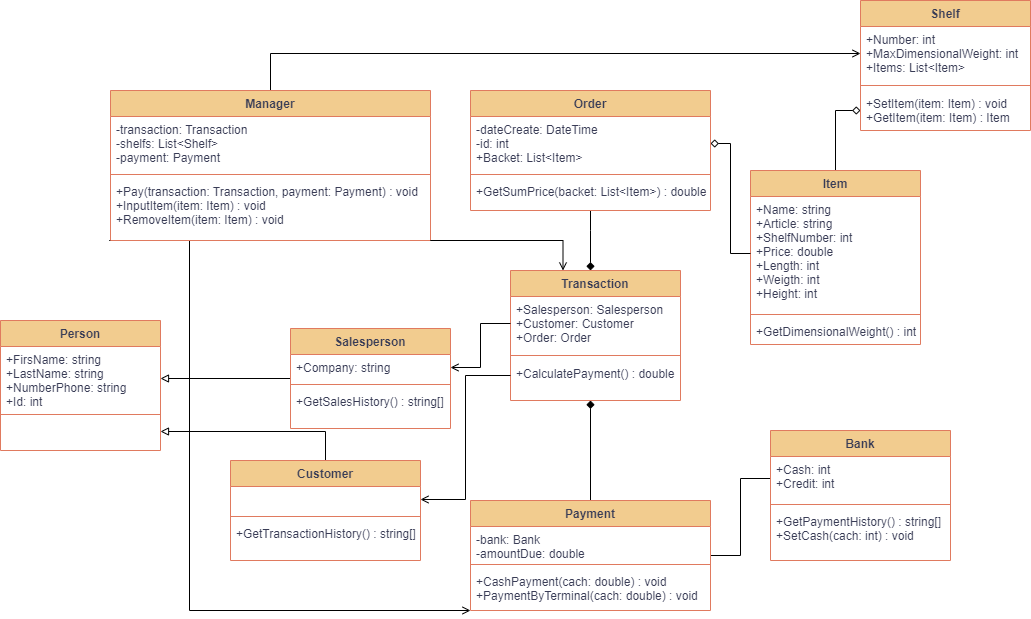
This is UML/Warehous.png from NoaNine/Foxminded_Task7_1, a draw.io export, as it was before one commit. Source tidied: cells renumbered, new cells last; positions are measured from the earlier drawing's top-left corner, leaving out a move shared by most shapes.
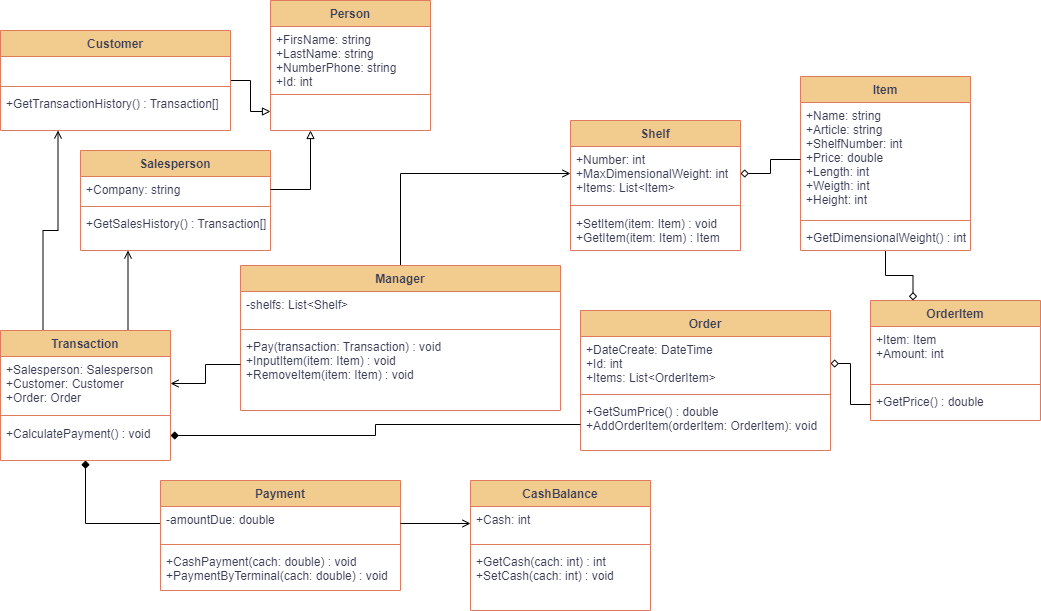
After the change.

Diff of the diagram source:
```diff
@@ -8,18 +8,18 @@
     <mxCell id="3" value="Customer" style="swimlane;fontStyle=1;align=center;verticalAlign=top;horizontal=1;startSize=26;rounded=0;shadow=0;strokeWidth=1;labelBackgroundColor=none;fillColor=#F2CC8F;strokeColor=#E07A5F;fontColor=#393C56;" parent="1" vertex="1">
-      <mxGeometry x="230" y="460" width="190" height="100" as="geometry" />
+      <mxGeometry x="200" y="-780" width="230" height="100" as="geometry" />
     </mxCell>
     <mxCell id="4" value=" " style="text;align=left;verticalAlign=top;spacingLeft=4;spacingRight=4;overflow=hidden;points=[[0,0.5],[1,0.5]];portConstraint=eastwest;labelBackgroundColor=none;fontColor=#393C56;" parent="3" vertex="1">
-      <mxGeometry y="26" width="190" height="26" as="geometry" />
+      <mxGeometry y="26" width="230" height="26" as="geometry" />
     </mxCell>
     <mxCell id="5" style="line;html=1;strokeWidth=1;align=left;verticalAlign=middle;spacingTop=-1;spacingLeft=3;spacingRight=3;labelPosition=right;labelBackgroundColor=none;fillColor=#F2CC8F;strokeColor=#E07A5F;fontColor=#393C56;" parent="3" vertex="1">
-      <mxGeometry y="52" width="190" height="8" as="geometry" />
+      <mxGeometry y="52" width="230" height="8" as="geometry" />
     </mxCell>
-    <mxCell id="6" value="+GetTransactionHistory() : string[]" style="text;align=left;verticalAlign=top;spacingLeft=4;spacingRight=4;overflow=hidden;fontStyle=0;labelBackgroundColor=none;fontColor=#393C56;" parent="3" vertex="1">
-      <mxGeometry y="60" width="190" height="26" as="geometry" />
+    <mxCell id="6" value="+GetTransactionHistory() : Transaction[]" style="text;align=left;verticalAlign=top;spacingLeft=4;spacingRight=4;overflow=hidden;fontStyle=0;labelBackgroundColor=none;fontColor=#393C56;" parent="3" vertex="1">
+      <mxGeometry y="60" width="230" height="26" as="geometry" />
     </mxCell>
-    <mxCell id="7" style="edgeStyle=orthogonalEdgeStyle;rounded=0;jettySize=auto;html=1;endArrow=diamond;endFill=0;" parent="1" edge="1" source="8" target="29">
-      <mxGeometry relative="1" as="geometry" />
-    </mxCell>
+    <mxCell id="54" style="edgeStyle=orthogonalEdgeStyle;rounded=0;jettySize=auto;html=1;entryX=0.25;entryY=0;entryDx=0;entryDy=0;endArrow=diamond;endFill=0;" parent="1" edge="1" source="8" target="58">
+      <mxGeometry relative="1" as="geometry" />
+    </mxCell>
     <mxCell id="8" value="Item" style="swimlane;fontStyle=1;align=center;verticalAlign=top;horizontal=1;startSize=26;rounded=0;shadow=0;strokeWidth=1;labelBackgroundColor=none;fillColor=#F2CC8F;strokeColor=#E07A5F;fontColor=#393C56;" parent="1" vertex="1">
-      <mxGeometry x="750" y="170" width="170" height="174" as="geometry" />
+      <mxGeometry x="1000" y="-734" width="170" height="174" as="geometry" />
     </mxCell>
@@ -34,19 +34,19 @@
     </mxCell>
-    <mxCell id="12" style="edgeStyle=orthogonalEdgeStyle;rounded=0;jettySize=auto;html=1;endArrow=block;endFill=0;" parent="1" edge="1" source="13" target="18">
-      <mxGeometry relative="1" as="geometry" />
-    </mxCell>
+    <mxCell id="55" style="edgeStyle=orthogonalEdgeStyle;rounded=0;jettySize=auto;html=1;exitX=0.25;exitY=1;exitDx=0;exitDy=0;entryX=0.75;entryY=0;entryDx=0;entryDy=0;endArrow=none;endFill=0;startArrow=open;startFill=0;" parent="1" edge="1" source="13" target="22">
+      <mxGeometry relative="1" as="geometry" />
+    </mxCell>
     <mxCell id="13" value="Salesperson" style="swimlane;fontStyle=1;align=center;verticalAlign=top;horizontal=1;startSize=26;rounded=0;shadow=0;strokeWidth=1;labelBackgroundColor=none;fillColor=#F2CC8F;strokeColor=#E07A5F;fontColor=#393C56;" parent="1" vertex="1">
-      <mxGeometry x="290" y="328" width="160" height="100" as="geometry" />
+      <mxGeometry x="280" y="-660" width="190" height="100" as="geometry" />
     </mxCell>
     <mxCell id="14" value="+Company: string" style="text;align=left;verticalAlign=top;spacingLeft=4;spacingRight=4;overflow=hidden;points=[[0,0.5],[1,0.5]];portConstraint=eastwest;labelBackgroundColor=none;fontColor=#393C56;" parent="13" vertex="1">
-      <mxGeometry y="26" width="160" height="26" as="geometry" />
+      <mxGeometry y="26" width="190" height="26" as="geometry" />
     </mxCell>
     <mxCell id="15" style="line;html=1;strokeWidth=1;align=left;verticalAlign=middle;spacingTop=-1;spacingLeft=3;spacingRight=3;labelPosition=right;labelBackgroundColor=none;fillColor=#F2CC8F;strokeColor=#E07A5F;fontColor=#393C56;" parent="13" vertex="1">
-      <mxGeometry y="52" width="160" height="8" as="geometry" />
+      <mxGeometry y="52" width="190" height="8" as="geometry" />
     </mxCell>
-    <mxCell id="16" value="+GetSalesHistory() : string[]" style="text;align=left;verticalAlign=top;spacingLeft=4;spacingRight=4;overflow=hidden;fontStyle=0;labelBackgroundColor=none;fontColor=#393C56;" parent="13" vertex="1">
-      <mxGeometry y="60" width="160" height="26" as="geometry" />
+    <mxCell id="16" value="+GetSalesHistory() : Transaction[]" style="text;align=left;verticalAlign=top;spacingLeft=4;spacingRight=4;overflow=hidden;fontStyle=0;labelBackgroundColor=none;fontColor=#393C56;" parent="13" vertex="1">
+      <mxGeometry y="60" width="190" height="26" as="geometry" />
     </mxCell>
     <mxCell id="17" value="Person" style="swimlane;fontStyle=1;align=center;verticalAlign=top;horizontal=1;startSize=26;rounded=0;shadow=0;strokeWidth=1;labelBackgroundColor=none;fillColor=#F2CC8F;strokeColor=#E07A5F;fontColor=#393C56;" parent="1" vertex="1">
-      <mxGeometry y="320" width="160" height="130" as="geometry" />
+      <mxGeometry x="470" y="-810" width="160" height="130" as="geometry" />
     </mxCell>
@@ -61,12 +61,10 @@
     </mxCell>
-    <mxCell id="21" style="edgeStyle=orthogonalEdgeStyle;rounded=0;jettySize=auto;html=1;endArrow=none;endFill=0;startArrow=diamond;startFill=1;" parent="1" edge="1" source="22" target="44">
-      <mxGeometry relative="1" as="geometry">
-        <Array as="points">
-          <mxPoint x="590" y="230" />
-          <mxPoint x="590" y="230" />
-        </Array>
-      </mxGeometry>
-    </mxCell>
+    <mxCell id="56" style="edgeStyle=orthogonalEdgeStyle;rounded=0;jettySize=auto;html=1;exitX=0.5;exitY=1;exitDx=0;exitDy=0;entryX=0;entryY=0.5;entryDx=0;entryDy=0;endArrow=none;endFill=0;startArrow=diamond;startFill=1;" parent="1" edge="1" source="22" target="34">
+      <mxGeometry relative="1" as="geometry" />
+    </mxCell>
+    <mxCell id="57" style="edgeStyle=orthogonalEdgeStyle;rounded=0;jettySize=auto;html=1;exitX=0.25;exitY=0;exitDx=0;exitDy=0;entryX=0.25;entryY=1;entryDx=0;entryDy=0;endArrow=open;endFill=0;" parent="1" edge="1" source="22" target="3">
+      <mxGeometry relative="1" as="geometry" />
+    </mxCell>
     <mxCell id="22" value="Transaction" style="swimlane;fontStyle=1;align=center;verticalAlign=top;horizontal=1;startSize=26;rounded=0;shadow=0;strokeWidth=1;labelBackgroundColor=none;fillColor=#F2CC8F;strokeColor=#E07A5F;fontColor=#393C56;" parent="1" vertex="1">
-      <mxGeometry x="510" y="270" width="170" height="130" as="geometry" />
+      <mxGeometry x="200" y="-480" width="170" height="130" as="geometry" />
     </mxCell>
@@ -78,3 +76,3 @@
     </mxCell>
-    <mxCell id="25" value="+CalculatePayment() : double" style="text;align=left;verticalAlign=top;spacingLeft=4;spacingRight=4;overflow=hidden;points=[[0,0.5],[1,0.5]];portConstraint=eastwest;labelBackgroundColor=none;fontColor=#393C56;" parent="22" vertex="1">
+    <mxCell id="25" value="+CalculatePayment() : void" style="text;align=left;verticalAlign=top;spacingLeft=4;spacingRight=4;overflow=hidden;points=[[0,0.5],[1,0.5]];portConstraint=eastwest;labelBackgroundColor=none;fontColor=#393C56;" parent="22" vertex="1">
       <mxGeometry y="90" width="170" height="30" as="geometry" />
@@ -82,3 +80,3 @@
     <mxCell id="26" value="Shelf" style="swimlane;fontStyle=1;align=center;verticalAlign=top;horizontal=1;startSize=26;rounded=0;shadow=0;strokeWidth=1;labelBackgroundColor=none;fillColor=#F2CC8F;strokeColor=#E07A5F;fontColor=#393C56;" parent="1" vertex="1">
-      <mxGeometry x="860" width="170" height="130" as="geometry" />
+      <mxGeometry x="770" y="-690" width="170" height="130" as="geometry" />
     </mxCell>
@@ -93,21 +91,6 @@
     </mxCell>
-    <mxCell id="30" style="edgeStyle=orthogonalEdgeStyle;rounded=0;jettySize=auto;html=1;entryX=0;entryY=0.5;entryDx=0;entryDy=0;endArrow=none;endFill=0;" parent="1" edge="1" source="33" target="38">
-      <mxGeometry relative="1" as="geometry" />
-    </mxCell>
-    <mxCell id="31" style="edgeStyle=orthogonalEdgeStyle;rounded=0;jettySize=auto;html=1;exitX=0.5;exitY=0;exitDx=0;exitDy=0;endArrow=diamond;endFill=1;" parent="1" edge="1" source="33">
-      <mxGeometry relative="1" as="geometry">
-        <mxPoint x="590" y="400" as="targetPoint" />
-      </mxGeometry>
-    </mxCell>
-    <mxCell id="32" style="edgeStyle=orthogonalEdgeStyle;rounded=0;jettySize=auto;html=1;exitX=0;exitY=1;exitDx=0;exitDy=0;entryX=-0.004;entryY=1;entryDx=0;entryDy=0;entryPerimeter=0;endArrow=none;endFill=0;startArrow=open;startFill=0;" parent="1" edge="1" source="33" target="52">
-      <mxGeometry relative="1" as="geometry">
-        <Array as="points">
-          <mxPoint x="189" y="610" />
-        </Array>
-      </mxGeometry>
-    </mxCell>
     <mxCell id="33" value="Payment" style="swimlane;fontStyle=1;align=center;verticalAlign=top;horizontal=1;startSize=26;rounded=0;shadow=0;strokeWidth=1;labelBackgroundColor=none;fillColor=#F2CC8F;strokeColor=#E07A5F;fontColor=#393C56;" parent="1" vertex="1">
-      <mxGeometry x="470" y="500" width="240" height="110" as="geometry" />
+      <mxGeometry x="360" y="-330" width="240" height="110" as="geometry" />
     </mxCell>
-    <mxCell id="34" value="-bank: Bank&#10;-amountDue: double" style="text;align=left;verticalAlign=top;spacingLeft=4;spacingRight=4;overflow=hidden;points=[[0,0.5],[1,0.5]];portConstraint=eastwest;labelBackgroundColor=none;fontColor=#393C56;" parent="33" vertex="1">
+    <mxCell id="34" value="-amountDue: double" style="text;align=left;verticalAlign=top;spacingLeft=4;spacingRight=4;overflow=hidden;points=[[0,0.5],[1,0.5]];portConstraint=eastwest;labelBackgroundColor=none;fontColor=#393C56;" parent="33" vertex="1">
       <mxGeometry y="26" width="240" height="34" as="geometry" />
@@ -120,35 +103,14 @@
     </mxCell>
-    <mxCell id="37" value="Bank" style="swimlane;fontStyle=1;align=center;verticalAlign=top;horizontal=1;startSize=26;rounded=0;shadow=0;strokeWidth=1;labelBackgroundColor=none;fillColor=#F2CC8F;strokeColor=#E07A5F;fontColor=#393C56;" parent="1" vertex="1">
-      <mxGeometry x="770" y="430" width="180" height="130" as="geometry" />
+    <mxCell id="37" value="CashBalance" style="swimlane;fontStyle=1;align=center;verticalAlign=top;horizontal=1;startSize=26;rounded=0;shadow=0;strokeWidth=1;labelBackgroundColor=none;fillColor=#F2CC8F;strokeColor=#E07A5F;fontColor=#393C56;" parent="1" vertex="1">
+      <mxGeometry x="670" y="-330" width="180" height="130" as="geometry" />
     </mxCell>
-    <mxCell id="38" value="+Cash: int&#10;+Credit: int" style="text;align=left;verticalAlign=top;spacingLeft=4;spacingRight=4;overflow=hidden;points=[[0,0.5],[1,0.5]];portConstraint=eastwest;labelBackgroundColor=none;fontColor=#393C56;" parent="37" vertex="1">
-      <mxGeometry y="26" width="180" height="44" as="geometry" />
+    <mxCell id="38" value="+Cash: int" style="text;align=left;verticalAlign=top;spacingLeft=4;spacingRight=4;overflow=hidden;points=[[0,0.5],[1,0.5]];portConstraint=eastwest;labelBackgroundColor=none;fontColor=#393C56;" parent="37" vertex="1">
+      <mxGeometry y="26" width="180" height="34" as="geometry" />
     </mxCell>
     <mxCell id="39" style="line;html=1;strokeWidth=1;align=left;verticalAlign=middle;spacingTop=-1;spacingLeft=3;spacingRight=3;labelPosition=right;labelBackgroundColor=none;fillColor=#F2CC8F;strokeColor=#E07A5F;fontColor=#393C56;" parent="37" vertex="1">
-      <mxGeometry y="70" width="180" height="8" as="geometry" />
+      <mxGeometry y="60" width="180" height="8" as="geometry" />
     </mxCell>
-    <mxCell id="40" value="+GetPaymentHistory() : string[]&#10;+SetCash(cach: int) : void" style="text;align=left;verticalAlign=top;spacingLeft=4;spacingRight=4;overflow=hidden;labelBackgroundColor=none;fontColor=#393C56;" parent="37" vertex="1">
-      <mxGeometry y="78" width="180" height="52" as="geometry" />
+    <mxCell id="40" value="+GetCash(cach: int) : int&#10;+SetCash(cach: int) : void" style="text;align=left;verticalAlign=top;spacingLeft=4;spacingRight=4;overflow=hidden;labelBackgroundColor=none;fontColor=#393C56;" parent="37" vertex="1">
+      <mxGeometry y="68" width="180" height="52" as="geometry" />
     </mxCell>
-    <mxCell id="41" value="Order" style="swimlane;fontStyle=1;align=center;verticalAlign=top;horizontal=1;startSize=26;rounded=0;shadow=0;strokeWidth=1;labelBackgroundColor=none;fillColor=#F2CC8F;strokeColor=#E07A5F;fontColor=#393C56;" parent="1" vertex="1">
-      <mxGeometry x="470" y="90" width="240" height="120" as="geometry" />
-    </mxCell>
-    <mxCell id="42" value="-dateCreate: DateTime&#10;-id: int&#10;+Backet: List&lt;Item&gt;" style="text;align=left;verticalAlign=top;spacingLeft=4;spacingRight=4;overflow=hidden;points=[[0,0.5],[1,0.5]];portConstraint=eastwest;labelBackgroundColor=none;fontColor=#393C56;" parent="41" vertex="1">
-      <mxGeometry y="26" width="240" height="54" as="geometry" />
-    </mxCell>
-    <mxCell id="43" style="line;html=1;strokeWidth=1;align=left;verticalAlign=middle;spacingTop=-1;spacingLeft=3;spacingRight=3;labelPosition=right;labelBackgroundColor=none;fillColor=#F2CC8F;strokeColor=#E07A5F;fontColor=#393C56;" parent="41" vertex="1">
-      <mxGeometry y="80" width="240" height="8" as="geometry" />
-    </mxCell>
-    <mxCell id="44" value="+GetSumPrice(backet: List&lt;Item&gt;) : double" style="text;align=left;verticalAlign=top;spacingLeft=4;spacingRight=4;overflow=hidden;points=[[0,0.5],[1,0.5]];portConstraint=eastwest;labelBackgroundColor=none;fontColor=#393C56;" parent="41" vertex="1">
-      <mxGeometry y="88" width="240" height="32" as="geometry" />
-    </mxCell>
-    <mxCell id="45" style="edgeStyle=orthogonalEdgeStyle;rounded=0;jettySize=auto;html=1;endArrow=diamond;endFill=0;" parent="1" edge="1" source="9" target="42">
-      <mxGeometry relative="1" as="geometry" />
-    </mxCell>
-    <mxCell id="46" style="edgeStyle=orthogonalEdgeStyle;rounded=0;jettySize=auto;html=1;exitX=0;exitY=0.5;exitDx=0;exitDy=0;entryX=1;entryY=0.5;entryDx=0;entryDy=0;endArrow=open;endFill=0;" parent="1" edge="1" source="25" target="4">
-      <mxGeometry relative="1" as="geometry" />
-    </mxCell>
-    <mxCell id="47" style="edgeStyle=orthogonalEdgeStyle;rounded=0;jettySize=auto;html=1;exitX=0;exitY=0.5;exitDx=0;exitDy=0;entryX=1;entryY=0.5;entryDx=0;entryDy=0;endArrow=open;endFill=0;" parent="1" edge="1" source="23" target="14">
-      <mxGeometry relative="1" as="geometry" />
-    </mxCell>
     <mxCell id="48" style="edgeStyle=orthogonalEdgeStyle;rounded=0;jettySize=auto;html=1;exitX=0.5;exitY=0;exitDx=0;exitDy=0;entryX=0;entryY=0.5;entryDx=0;entryDy=0;endArrow=open;endFill=0;" parent="1" edge="1" source="49" target="27">
@@ -157,23 +119,55 @@
     <mxCell id="49" value="Manager" style="swimlane;fontStyle=1;align=center;verticalAlign=top;horizontal=1;startSize=26;rounded=0;shadow=0;strokeWidth=1;labelBackgroundColor=none;fillColor=#F2CC8F;strokeColor=#E07A5F;fontColor=#393C56;" parent="1" vertex="1">
-      <mxGeometry x="110" y="90" width="320" height="150" as="geometry" />
+      <mxGeometry x="440" y="-545" width="320" height="145" as="geometry" />
     </mxCell>
-    <mxCell id="50" value="-transaction: Transaction&#10;-shelfs: List&lt;Shelf&gt;&#10;-payment: Payment" style="text;align=left;verticalAlign=top;spacingLeft=4;spacingRight=4;overflow=hidden;labelBackgroundColor=none;fontColor=#393C56;" parent="49" vertex="1">
-      <mxGeometry y="26" width="320" height="54" as="geometry" />
+    <mxCell id="50" value="-shelfs: List&lt;Shelf&gt;" style="text;align=left;verticalAlign=top;spacingLeft=4;spacingRight=4;overflow=hidden;labelBackgroundColor=none;fontColor=#393C56;" parent="49" vertex="1">
+      <mxGeometry y="26" width="320" height="34" as="geometry" />
     </mxCell>
     <mxCell id="51" style="line;html=1;strokeWidth=1;align=left;verticalAlign=middle;spacingTop=-1;spacingLeft=3;spacingRight=3;labelPosition=right;labelBackgroundColor=none;fillColor=#F2CC8F;strokeColor=#E07A5F;fontColor=#393C56;" parent="49" vertex="1">
-      <mxGeometry y="80" width="320" height="8" as="geometry" />
+      <mxGeometry y="60" width="320" height="8" as="geometry" />
     </mxCell>
-    <mxCell id="52" value="+Pay(transaction: Transaction, payment: Payment) : void&#10;+InputItem(item: Item) : void&#10;+RemoveItem(item: Item) : void" style="text;align=left;verticalAlign=top;spacingLeft=4;spacingRight=4;overflow=hidden;points=[[0,0.5],[1,0.5]];portConstraint=eastwest;labelBackgroundColor=none;fontColor=#393C56;" parent="49" vertex="1">
-      <mxGeometry y="88" width="320" height="62" as="geometry" />
+    <mxCell id="52" value="+Pay(transaction: Transaction) : void&#10;+InputItem(item: Item) : void&#10;+RemoveItem(item: Item) : void" style="text;align=left;verticalAlign=top;spacingLeft=4;spacingRight=4;overflow=hidden;points=[[0,0.5],[1,0.5]];portConstraint=eastwest;labelBackgroundColor=none;fontColor=#393C56;" parent="49" vertex="1">
+      <mxGeometry y="68" width="320" height="62" as="geometry" />
     </mxCell>
-    <mxCell id="53" style="edgeStyle=orthogonalEdgeStyle;rounded=0;orthogonalLoop=1;jettySize=auto;html=1;entryX=0.25;entryY=0;entryDx=0;entryDy=0;endArrow=open;endFill=0;" parent="1" edge="1">
-      <mxGeometry relative="1" as="geometry">
-        <mxPoint x="440" y="240" as="sourcePoint" />
-        <mxPoint x="562.5" y="270" as="targetPoint" />
-        <Array as="points">
-          <mxPoint x="430" y="240" />
-          <mxPoint x="563" y="240" />
-        </Array>
-      </mxGeometry>
-    </mxCell>
+    <mxCell id="41" value="Order" style="swimlane;fontStyle=1;align=center;verticalAlign=top;horizontal=1;startSize=26;rounded=0;shadow=0;strokeWidth=1;labelBackgroundColor=none;fillColor=#F2CC8F;strokeColor=#E07A5F;fontColor=#393C56;" parent="1" vertex="1">
+      <mxGeometry x="780" y="-500" width="250" height="140" as="geometry" />
+    </mxCell>
+    <mxCell id="42" value="+DateCreate: DateTime&#10;+Id: int&#10;+Items: List&lt;OrderItem&gt;" style="text;align=left;verticalAlign=top;spacingLeft=4;spacingRight=4;overflow=hidden;points=[[0,0.5],[1,0.5]];portConstraint=eastwest;labelBackgroundColor=none;fontColor=#393C56;" parent="41" vertex="1">
+      <mxGeometry y="26" width="250" height="54" as="geometry" />
+    </mxCell>
+    <mxCell id="43" style="line;html=1;strokeWidth=1;align=left;verticalAlign=middle;spacingTop=-1;spacingLeft=3;spacingRight=3;labelPosition=right;labelBackgroundColor=none;fillColor=#F2CC8F;strokeColor=#E07A5F;fontColor=#393C56;" parent="41" vertex="1">
+      <mxGeometry y="80" width="250" height="8" as="geometry" />
+    </mxCell>
+    <mxCell id="44" value="+GetSumPrice() : double&#10;+AddOrderItem(orderItem: OrderItem): void" style="text;align=left;verticalAlign=top;spacingLeft=4;spacingRight=4;overflow=hidden;points=[[0,0.5],[1,0.5]];portConstraint=eastwest;labelBackgroundColor=none;fontColor=#393C56;" parent="41" vertex="1">
+      <mxGeometry y="88" width="250" height="52" as="geometry" />
+    </mxCell>
+    <mxCell id="58" value="OrderItem" style="swimlane;fontStyle=1;align=center;verticalAlign=top;horizontal=1;startSize=26;rounded=0;shadow=0;strokeWidth=1;labelBackgroundColor=none;fillColor=#F2CC8F;strokeColor=#E07A5F;fontColor=#393C56;" parent="1" vertex="1">
+      <mxGeometry x="1070" y="-510" width="170" height="120" as="geometry" />
+    </mxCell>
+    <mxCell id="59" value="+Item: Item&#10;+Amount: int" style="text;align=left;verticalAlign=top;spacingLeft=4;spacingRight=4;overflow=hidden;labelBackgroundColor=none;fontColor=#393C56;" parent="58" vertex="1">
+      <mxGeometry y="26" width="170" height="54" as="geometry" />
+    </mxCell>
+    <mxCell id="60" style="line;html=1;strokeWidth=1;align=left;verticalAlign=middle;spacingTop=-1;spacingLeft=3;spacingRight=3;labelPosition=right;labelBackgroundColor=none;fillColor=#F2CC8F;strokeColor=#E07A5F;fontColor=#393C56;" parent="58" vertex="1">
+      <mxGeometry y="80" width="170" height="8" as="geometry" />
+    </mxCell>
+    <mxCell id="61" value="+GetPrice() : double" style="text;align=left;verticalAlign=top;spacingLeft=4;spacingRight=4;overflow=hidden;points=[[0,0.5],[1,0.5]];portConstraint=eastwest;labelBackgroundColor=none;fontColor=#393C56;" parent="58" vertex="1">
+      <mxGeometry y="88" width="170" height="32" as="geometry" />
+    </mxCell>
+    <mxCell id="62" style="edgeStyle=orthogonalEdgeStyle;rounded=0;jettySize=auto;html=1;endArrow=none;endFill=0;startArrow=diamond;startFill=0;" parent="1" edge="1" source="27" target="9">
+      <mxGeometry relative="1" as="geometry" />
+    </mxCell>
+    <mxCell id="63" style="edgeStyle=orthogonalEdgeStyle;rounded=0;jettySize=auto;html=1;endArrow=none;endFill=0;startArrow=diamond;startFill=0;" parent="1" edge="1" source="42" target="61">
+      <mxGeometry relative="1" as="geometry" />
+    </mxCell>
+    <mxCell id="64" style="edgeStyle=orthogonalEdgeStyle;rounded=0;jettySize=auto;html=1;exitX=1;exitY=0.5;exitDx=0;exitDy=0;entryX=0;entryY=0.5;entryDx=0;entryDy=0;endArrow=open;endFill=0;" parent="1" edge="1" source="34" target="38">
+      <mxGeometry relative="1" as="geometry" />
+    </mxCell>
+    <mxCell id="65" style="edgeStyle=orthogonalEdgeStyle;rounded=0;jettySize=auto;html=1;exitX=1;exitY=0.5;exitDx=0;exitDy=0;entryX=0.25;entryY=1;entryDx=0;entryDy=0;endArrow=block;endFill=0;" parent="1" edge="1" source="14" target="17">
+      <mxGeometry relative="1" as="geometry" />
+    </mxCell>
+    <mxCell id="66" style="edgeStyle=orthogonalEdgeStyle;rounded=0;jettySize=auto;html=1;exitX=0;exitY=0.5;exitDx=0;exitDy=0;entryX=1;entryY=0.5;entryDx=0;entryDy=0;endArrow=open;endFill=0;" parent="1" edge="1" source="52" target="23">
+      <mxGeometry relative="1" as="geometry" />
+    </mxCell>
+    <mxCell id="67" style="edgeStyle=orthogonalEdgeStyle;rounded=0;jettySize=auto;html=1;exitX=1;exitY=0.5;exitDx=0;exitDy=0;entryX=0;entryY=0.5;entryDx=0;entryDy=0;endArrow=none;endFill=0;startArrow=diamond;startFill=1;" parent="1" edge="1" source="25" target="44">
+      <mxGeometry relative="1" as="geometry" />
+    </mxCell>
   </root>
```
